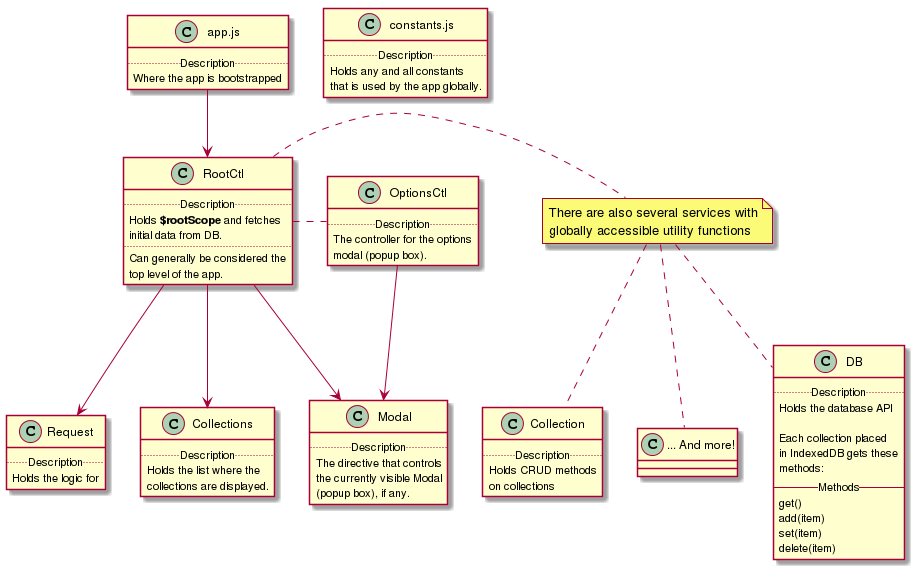
Before: doc/layout_of_app.png, a diagram exported from PlantUML (RESTEDClient/RESTED). Source of this version:
```plantuml
@startuml
class "app.js" as App {
    .. Description ..
    Where the app is bootstrapped
}

class RootCtl {
    .. Description ..
    Holds <b>$rootScope</b> and fetches
    initial data from DB.
    ..
    Can generally be considered the
    top level of the app.
}

class Collections {
    .. Description ..
    Holds the list where the
    collections are displayed.
}

class Request {
    .. Description ..
    Holds the logic for
}

class OptionsCtl {
    ..Description..
    The controller for the options
    modal (popup box).
}

class Modal {
    ..Description..
    The directive that controls
    the currently visible Modal
    (popup box), if any.
}

note "There are also several services with\nglobally accessible utility functions" as Services

App --> RootCtl

OptionsCtl --> Modal

RootCtl --> Collections
RootCtl --> Request
RootCtl.OptionsCtl

RootCtl-->Modal

RootCtl.Services

class DB {
  ..Description..
  Holds the database API

  Each collection placed
  in IndexedDB gets these
  methods:
  --Methods--
  get()
  add(item)
  set(item)
  delete(item)
}

class Collection {
    ..Description..
    Holds CRUD methods
    on collections
}

class "... And more!" as More

Services .. DB
Services .. Collection
Services .. More

class "constants.js" as Constants {
    ..Description..
    Holds any and all constants
    that is used by the app globally.
}
@enduml
```
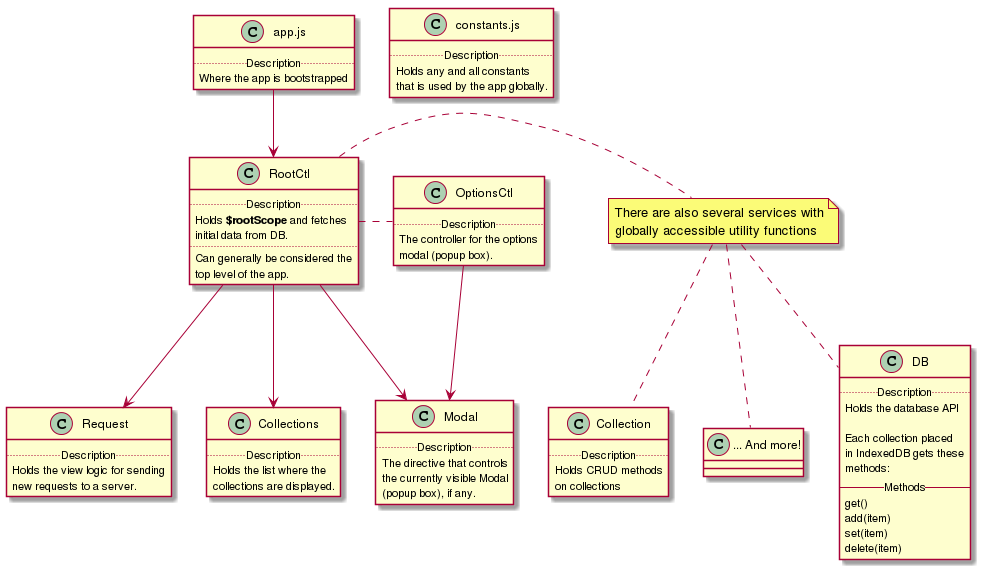
The same file after the commit.

Commit message:
Complete incomplete scentence

Diff of the diagram source:
```diff
@@ -21,7 +21,8 @@
 
 class Request {
     .. Description ..
-    Holds the logic for
+    Holds the view logic for sending
+    new requests to a server.
 }
 
 class OptionsCtl {
```
